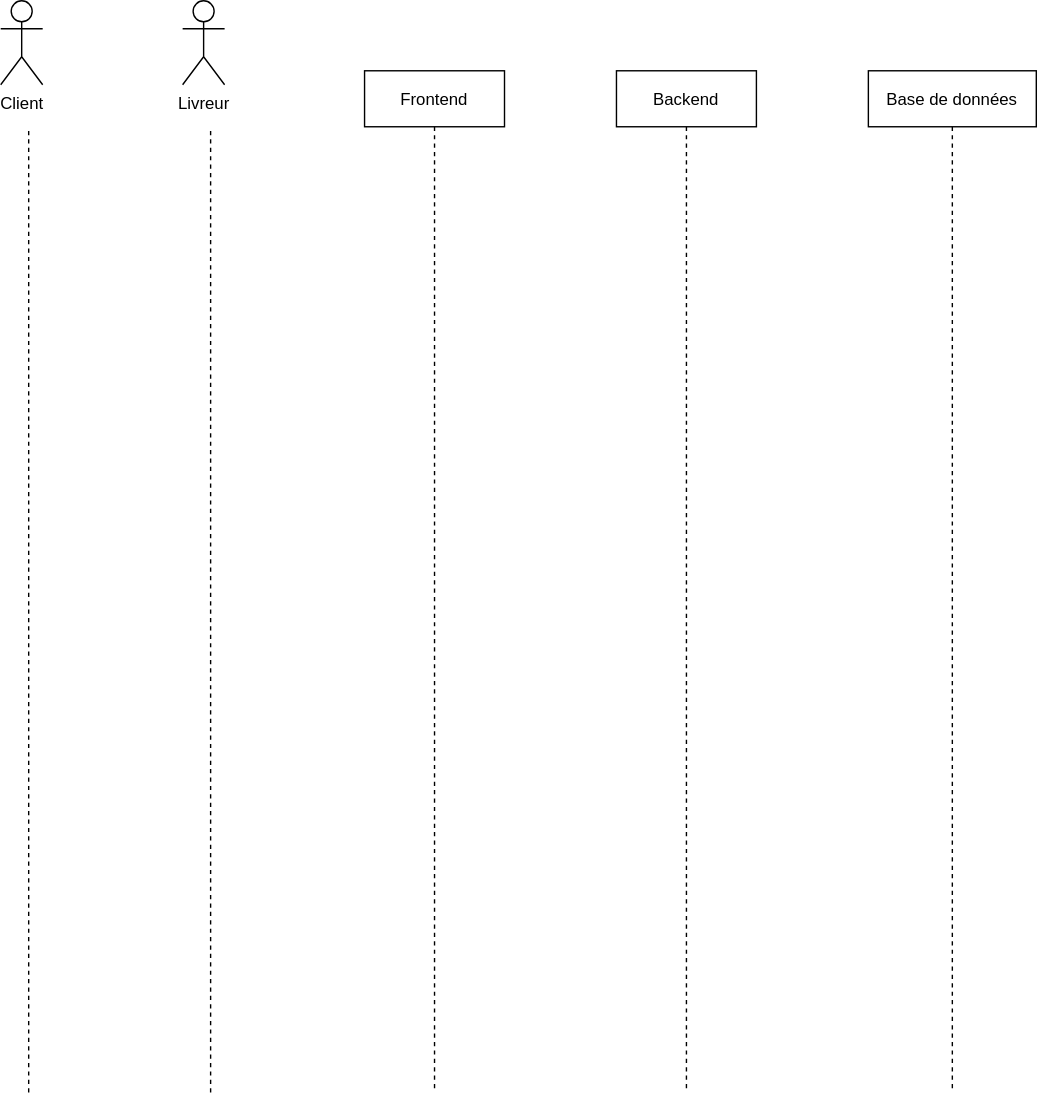
Above: sequence_diagrams/livraison_commande.drawio.svg in TheoBernard97/ExpressFood (draw.io), before the change. Source tidied: cells renumbered, new cells last; positions are measured from the earlier drawing's top-left corner, leaving out a move shared by most shapes. The source it was exported from:
```xml
<mxGraphModel>
  <root>
    <mxCell id="0" />
    <mxCell id="1" parent="0" />
    <mxCell id="2" value="Frontend" style="shape=umlLifeline;perimeter=lifelinePerimeter;rounded=0;shadow=0;strokeWidth=1;" parent="1" vertex="1">
      <mxGeometry x="260" y="50" width="100" height="730" as="geometry" />
    </mxCell>
    <mxCell id="3" value="Backend" style="shape=umlLifeline;perimeter=lifelinePerimeter;rounded=0;shadow=0;strokeWidth=1;" parent="1" vertex="1">
      <mxGeometry x="440" y="50" width="100" height="730" as="geometry" />
    </mxCell>
    <mxCell id="4" value="Livreur" style="shape=umlActor;verticalLabelPosition=bottom;verticalAlign=top;html=1;" parent="1" vertex="1">
      <mxGeometry x="130" width="30" height="60" as="geometry" />
    </mxCell>
    <mxCell id="5" style="endArrow=none;dashed=1;html=1;rounded=0;" parent="1" edge="1">
      <mxGeometry relative="1" as="geometry">
        <mxPoint x="150" y="780" as="sourcePoint" />
        <mxPoint x="150" y="90" as="targetPoint" />
      </mxGeometry>
    </mxCell>
    <mxCell id="6" value="Base de données" style="shape=umlLifeline;perimeter=lifelinePerimeter;rounded=0;shadow=0;strokeWidth=1;" parent="1" vertex="1">
      <mxGeometry x="620" y="50" width="120" height="730" as="geometry" />
    </mxCell>
    <mxCell id="7" value="Client" style="shape=umlActor;verticalLabelPosition=bottom;verticalAlign=top;html=1;" parent="1" vertex="1">
      <mxGeometry width="30" height="60" as="geometry" />
    </mxCell>
    <mxCell id="8" style="endArrow=none;dashed=1;html=1;rounded=0;" parent="1" edge="1">
      <mxGeometry relative="1" as="geometry">
        <mxPoint x="20" y="780" as="sourcePoint" />
        <mxPoint x="20" y="90" as="targetPoint" />
      </mxGeometry>
    </mxCell>
  </root>
</mxGraphModel>
```
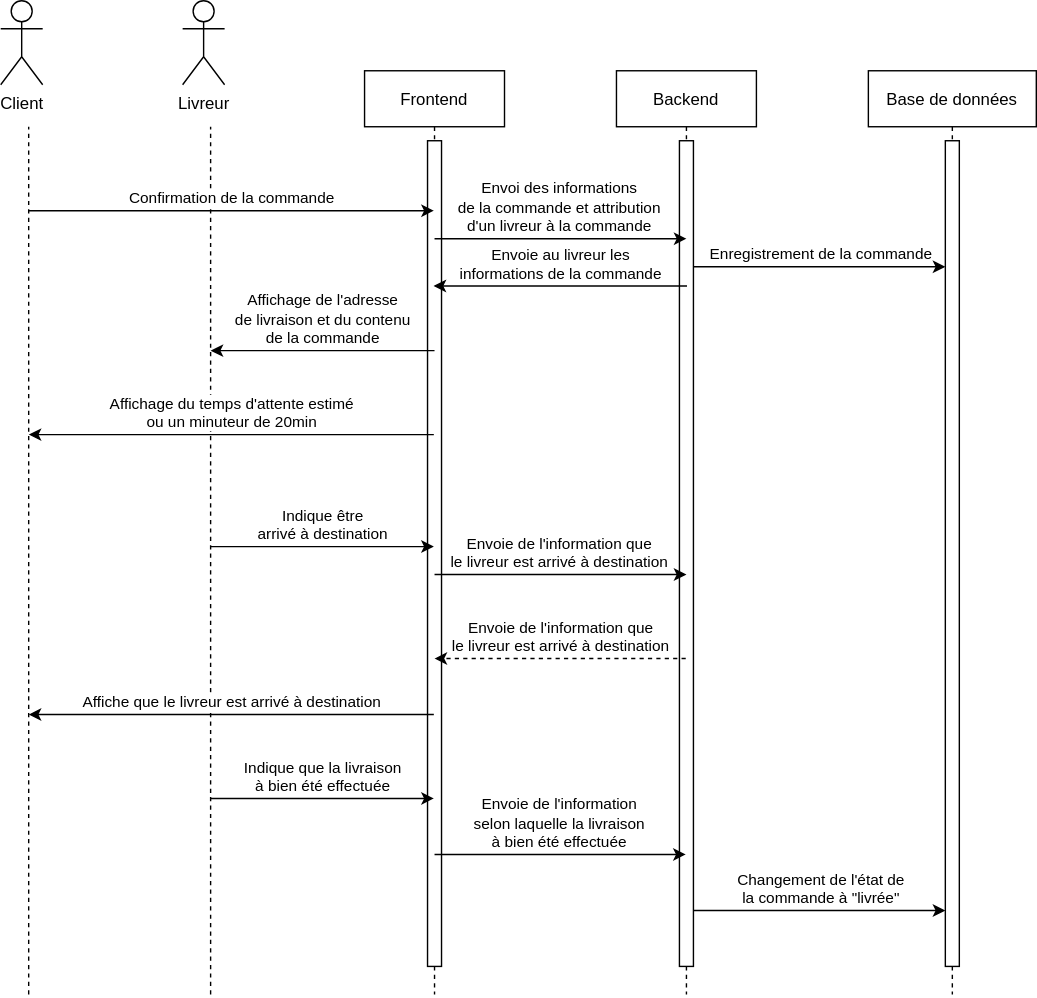
After the commit.

Commit message:
Complete command delivery

Diff of the diagram source:
```diff
@@ -3,31 +3,109 @@
     <mxCell id="0" />
     <mxCell id="1" parent="0" />
     <mxCell id="2" value="Frontend" style="shape=umlLifeline;perimeter=lifelinePerimeter;rounded=0;shadow=0;strokeWidth=1;" parent="1" vertex="1">
-      <mxGeometry x="260" y="50" width="100" height="730" as="geometry" />
+      <mxGeometry x="260" y="50" width="100" height="660" as="geometry" />
     </mxCell>
+    <mxCell id="9" style="rounded=0;whiteSpace=wrap;html=1;" parent="2" vertex="1">
+      <mxGeometry x="45" y="50" width="10" height="590" as="geometry" />
+    </mxCell>
     <mxCell id="3" value="Backend" style="shape=umlLifeline;perimeter=lifelinePerimeter;rounded=0;shadow=0;strokeWidth=1;" parent="1" vertex="1">
-      <mxGeometry x="440" y="50" width="100" height="730" as="geometry" />
+      <mxGeometry x="440" y="50" width="100" height="660" as="geometry" />
     </mxCell>
+    <mxCell id="10" style="rounded=0;whiteSpace=wrap;html=1;" parent="3" vertex="1">
+      <mxGeometry x="45" y="50" width="10" height="590" as="geometry" />
+    </mxCell>
+    <mxCell id="11" value="Enregistrement de la commande" style="endArrow=classic;html=1;rounded=0;labelPosition=center;verticalLabelPosition=top;align=center;verticalAlign=bottom;entryX=0.5;entryY=0.797;entryDx=0;entryDy=0;entryPerimeter=0;" parent="3" edge="1">
+      <mxGeometry relative="1" as="geometry">
+        <mxPoint x="55" y="140" as="sourcePoint" />
+        <mxPoint x="235" y="140.1" as="targetPoint" />
+      </mxGeometry>
+    </mxCell>
     <mxCell id="4" value="Livreur" style="shape=umlActor;verticalLabelPosition=bottom;verticalAlign=top;html=1;" parent="1" vertex="1">
       <mxGeometry x="130" width="30" height="60" as="geometry" />
     </mxCell>
     <mxCell id="5" style="endArrow=none;dashed=1;html=1;rounded=0;" parent="1" edge="1">
       <mxGeometry relative="1" as="geometry">
-        <mxPoint x="150" y="780" as="sourcePoint" />
+        <mxPoint x="150" y="710" as="sourcePoint" />
         <mxPoint x="150" y="90" as="targetPoint" />
       </mxGeometry>
     </mxCell>
     <mxCell id="6" value="Base de données" style="shape=umlLifeline;perimeter=lifelinePerimeter;rounded=0;shadow=0;strokeWidth=1;" parent="1" vertex="1">
-      <mxGeometry x="620" y="50" width="120" height="730" as="geometry" />
+      <mxGeometry x="620" y="50" width="120" height="660" as="geometry" />
     </mxCell>
+    <mxCell id="12" value="Changement de l'état de &lt;br&gt;la commande à &quot;livrée&quot;" style="endArrow=classic;html=1;rounded=0;labelPosition=center;verticalLabelPosition=top;align=center;verticalAlign=bottom;entryX=0.5;entryY=0.797;entryDx=0;entryDy=0;entryPerimeter=0;" parent="6" edge="1">
+      <mxGeometry relative="1" as="geometry">
+        <mxPoint x="-125" y="600" as="sourcePoint" />
+        <mxPoint x="55" y="600.1" as="targetPoint" />
+      </mxGeometry>
+    </mxCell>
+    <mxCell id="13" style="rounded=0;whiteSpace=wrap;html=1;" parent="6" vertex="1">
+      <mxGeometry x="55" y="50" width="10" height="590" as="geometry" />
+    </mxCell>
     <mxCell id="7" value="Client" style="shape=umlActor;verticalLabelPosition=bottom;verticalAlign=top;html=1;" parent="1" vertex="1">
       <mxGeometry width="30" height="60" as="geometry" />
     </mxCell>
     <mxCell id="8" style="endArrow=none;dashed=1;html=1;rounded=0;" parent="1" edge="1">
       <mxGeometry relative="1" as="geometry">
-        <mxPoint x="20" y="780" as="sourcePoint" />
+        <mxPoint x="20" y="710" as="sourcePoint" />
         <mxPoint x="20" y="90" as="targetPoint" />
       </mxGeometry>
     </mxCell>
+    <mxCell id="14" value="Confirmation de la commande" style="endArrow=classic;html=1;rounded=0;labelPosition=center;verticalLabelPosition=top;align=center;verticalAlign=bottom;" parent="1" edge="1" target="2">
+      <mxGeometry relative="1" as="geometry">
+        <mxPoint x="20" y="150" as="sourcePoint" />
+      </mxGeometry>
+    </mxCell>
+    <mxCell id="15" value="Envoi des informations &lt;br&gt;de la commande et attribution &lt;br&gt;d'un livreur à la commande" style="endArrow=classic;html=1;rounded=0;labelPosition=center;verticalLabelPosition=top;align=center;verticalAlign=bottom;" parent="1" edge="1">
+      <mxGeometry relative="1" as="geometry">
+        <mxPoint x="310" y="170" as="sourcePoint" />
+        <mxPoint x="490" y="170" as="targetPoint" />
+      </mxGeometry>
+    </mxCell>
+    <mxCell id="16" value="Envoie au livreur les &lt;br&gt;informations de la commande" style="endArrow=classic;html=1;rounded=0;labelPosition=center;verticalLabelPosition=top;align=center;verticalAlign=bottom;exitX=0.504;exitY=0.233;exitDx=0;exitDy=0;exitPerimeter=0;" parent="1" edge="1" source="3" target="2">
+      <mxGeometry relative="1" as="geometry" />
+    </mxCell>
+    <mxCell id="17" value="Affichage de l'adresse &lt;br&gt;de livraison et du contenu &lt;br&gt;de la commande" style="endArrow=classic;html=1;rounded=0;labelPosition=center;verticalLabelPosition=top;align=center;verticalAlign=bottom;" parent="1" edge="1">
+      <mxGeometry relative="1" as="geometry">
+        <mxPoint x="310" y="250" as="sourcePoint" />
+        <mxPoint x="150" y="250" as="targetPoint" />
+      </mxGeometry>
+    </mxCell>
+    <mxCell id="18" value="Affichage du temps d'attente estimé &lt;br&gt;ou un minuteur de 20min" style="endArrow=classic;html=1;rounded=0;labelPosition=center;verticalLabelPosition=top;align=center;verticalAlign=bottom;" parent="1" edge="1" source="2">
+      <mxGeometry relative="1" as="geometry">
+        <mxPoint x="20" y="310" as="targetPoint" />
+      </mxGeometry>
+    </mxCell>
+    <mxCell id="19" value="Indique être &lt;br&gt;arrivé à destination" style="endArrow=classic;html=1;rounded=0;labelPosition=center;verticalLabelPosition=top;align=center;verticalAlign=bottom;" parent="1" edge="1" target="2">
+      <mxGeometry relative="1" as="geometry">
+        <mxPoint x="150" y="390" as="sourcePoint" />
+      </mxGeometry>
+    </mxCell>
+    <mxCell id="20" value="Envoie de l'information que &lt;br&gt;le livreur est arrivé à destination" style="endArrow=classic;html=1;rounded=0;labelPosition=center;verticalLabelPosition=top;align=center;verticalAlign=bottom;" parent="1" edge="1">
+      <mxGeometry relative="1" as="geometry">
+        <mxPoint x="310" y="410" as="sourcePoint" />
+        <mxPoint x="490" y="410" as="targetPoint" />
+      </mxGeometry>
+    </mxCell>
+    <mxCell id="21" value="Envoie de l'information que &lt;br&gt;le livreur est arrivé à destination" style="endArrow=classic;html=1;rounded=0;labelPosition=center;verticalLabelPosition=top;align=center;verticalAlign=bottom;dashed=1;" parent="1" edge="1" source="3">
+      <mxGeometry relative="1" as="geometry">
+        <mxPoint x="310" y="470" as="targetPoint" />
+      </mxGeometry>
+    </mxCell>
+    <mxCell id="22" value="Affiche que le livreur est arrivé à destination" style="endArrow=classic;html=1;rounded=0;labelPosition=center;verticalLabelPosition=top;align=center;verticalAlign=bottom;" parent="1" edge="1" source="2">
+      <mxGeometry relative="1" as="geometry">
+        <mxPoint x="20" y="510" as="targetPoint" />
+      </mxGeometry>
+    </mxCell>
+    <mxCell id="23" value="Indique&amp;nbsp;que la livraison &lt;br&gt;à bien été effectuée" style="endArrow=classic;html=1;rounded=0;labelPosition=center;verticalLabelPosition=top;align=center;verticalAlign=bottom;" parent="1" edge="1">
+      <mxGeometry relative="1" as="geometry">
+        <mxPoint x="150" y="570" as="sourcePoint" />
+        <mxPoint x="309.5" y="570" as="targetPoint" />
+      </mxGeometry>
+    </mxCell>
+    <mxCell id="24" value="Envoie de l'information &lt;br&gt;selon laquelle la livraison &lt;br&gt;à bien été effectuée" style="endArrow=classic;html=1;rounded=0;labelPosition=center;verticalLabelPosition=top;align=center;verticalAlign=bottom;" parent="1" edge="1" target="3">
+      <mxGeometry relative="1" as="geometry">
+        <mxPoint x="310" y="610" as="sourcePoint" />
+      </mxGeometry>
+    </mxCell>
   </root>
 </mxGraphModel>
```
